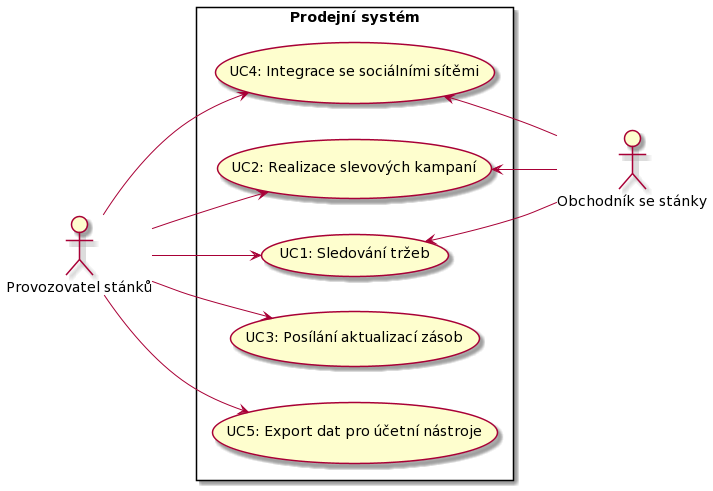
Before: dokumentace architektury/architektura 1/assets/prodejni_system_usecase_diagram.png, a diagram exported from PlantUML (MichalMoudry/4IT575-seminarni-prace).
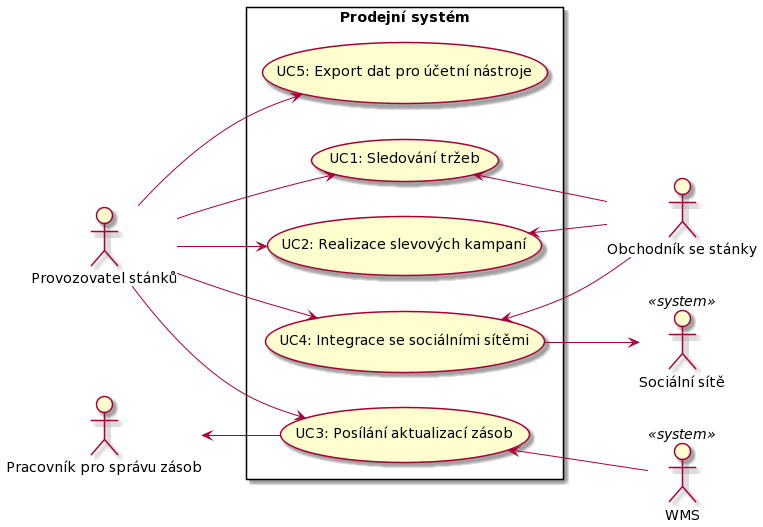
After the commit.

Commit message:
Updated architecture 1 system overview

Diff of the diagram source:
```diff
@@ -4,6 +4,12 @@
 actor "Provozovatel stánků" as provozovatel
 
 actor "Obchodník se stánky" as obchodnik
+
+actor "Pracovník pro správu zásob" as zasobnik
+
+actor WMS <<system>>
+
+actor "Sociální sítě" as socialniSite <<system>>
 
 rectangle "Prodejní systém" {
 
@@ -34,4 +40,10 @@
 obchodnik -up-> UC2
 
 obchodnik -up-> UC4
+
+UC3 <-- WMS
+
+zasobnik <-- UC3
+
+UC4 --> socialniSite
 @enduml
```
